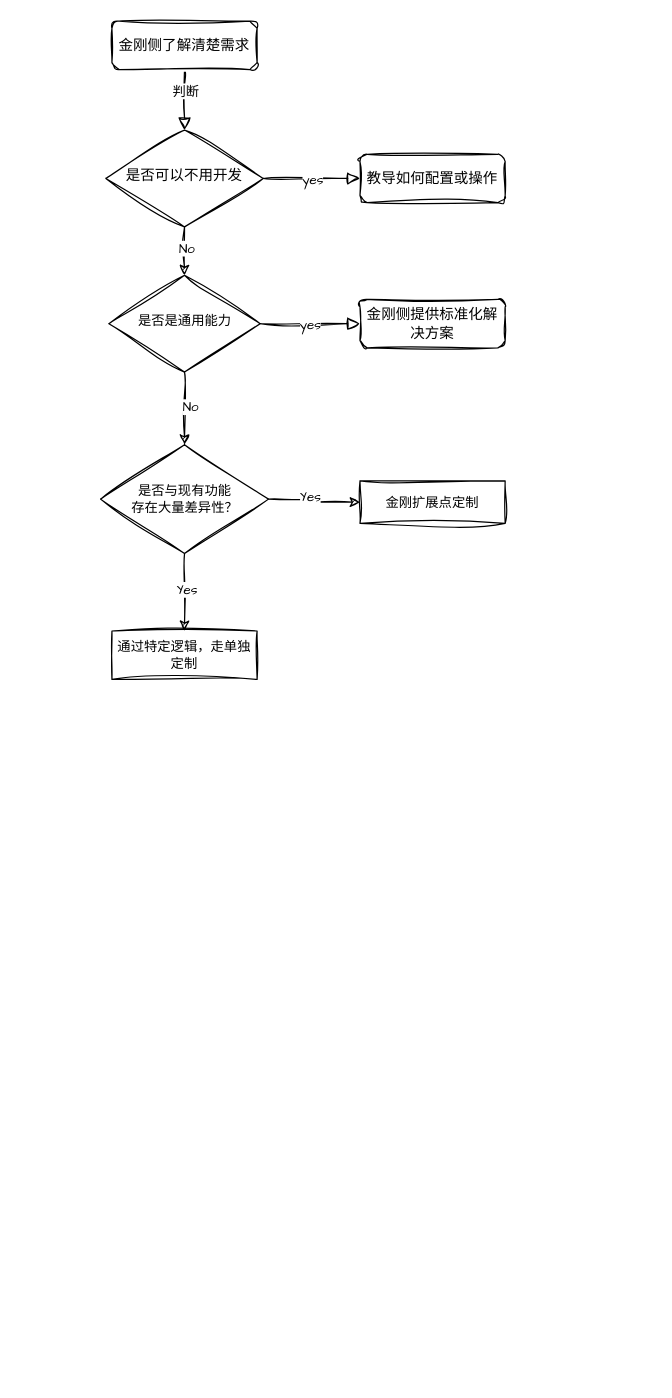
Earlier version of the draw.io diagram 未命名绘图.drawio (cydiacen/markdownImg). Source tidied: cells renumbered, new cells numbered last; positions are measured from the earlier drawing's top-left corner, leaving out a move shared by most shapes. Both pictures are drawn from the tidied source at 121%, with x=0, y=0 at pixel (100, 21).
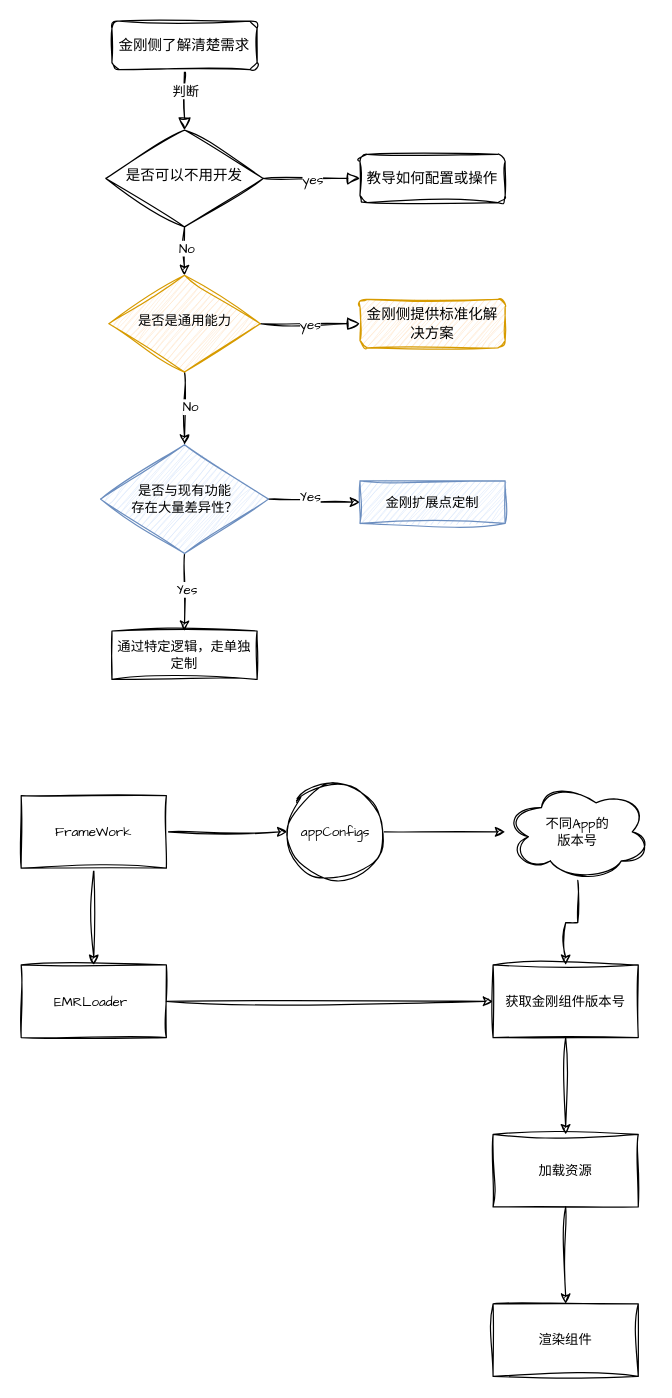
Above is the later version.

Commit message:
更新未命名绘图.drawio

What changed in the source:
```diff
@@
-    <mxCell id="15" value="&lt;font style=&quot;font-size: 11px;&quot;&gt;是否是通用能力&lt;/font&gt;" style="rhombus;whiteSpace=wrap;html=1;shadow=0;fontFamily=Helvetica;fontSize=12;align=center;strokeWidth=1;spacing=6;spacingTop=-4;sketch=1;curveFitting=1;jiggle=2;" parent="1" vertex="1">
+    <mxCell id="15" value="&lt;font style=&quot;font-size: 11px;&quot;&gt;是否是通用能力&lt;/font&gt;" style="rhombus;whiteSpace=wrap;html=1;shadow=0;fontFamily=Helvetica;fontSize=12;align=center;strokeWidth=1;spacing=6;spacingTop=-4;sketch=1;curveFitting=1;jiggle=2;fillColor=#ffe6cc;strokeColor=#d79b00;" parent="1" vertex="1">
       <mxGeometry x="6.5" y="210" width="125" height="80" as="geometry" />
     </mxCell>
-    <mxCell id="16" value="金刚侧提供标准化解决方案" style="rounded=1;whiteSpace=wrap;html=1;fontSize=12;glass=0;strokeWidth=1;shadow=0;sketch=1;curveFitting=1;jiggle=2;" parent="1" vertex="1">
+    <mxCell id="16" value="金刚侧提供标准化解决方案" style="rounded=1;whiteSpace=wrap;html=1;fontSize=12;glass=0;strokeWidth=1;shadow=0;sketch=1;curveFitting=1;jiggle=2;fillColor=#ffe6cc;strokeColor=#d79b00;" parent="1" vertex="1">
       <mxGeometry x="214" y="230" width="120" height="40" as="geometry" />
     </mxCell>
@@
-    <mxCell id="21" value="是否与现有功能&lt;br&gt;存在大量差异性？" style="rhombus;whiteSpace=wrap;html=1;sketch=1;hachureGap=4;jiggle=2;curveFitting=1;fontFamily=Architects Daughter;fontSize=11;" parent="1" vertex="1">
+    <mxCell id="21" value="是否与现有功能&lt;br&gt;存在大量差异性？" style="rhombus;whiteSpace=wrap;html=1;sketch=1;hachureGap=4;jiggle=2;curveFitting=1;fontFamily=Architects Daughter;fontSize=11;fillColor=#dae8fc;strokeColor=#6c8ebf;" parent="1" vertex="1">
       <mxGeometry x="-0.4" y="350" width="138.8" height="90" as="geometry" />
     </mxCell>
-    <mxCell id="22" value="金刚扩展点定制" style="whiteSpace=wrap;html=1;fontSize=11;fontFamily=Architects Daughter;sketch=1;hachureGap=4;jiggle=2;curveFitting=1;" parent="1" vertex="1">
+    <mxCell id="22" value="金刚扩展点定制" style="whiteSpace=wrap;html=1;fontSize=11;fontFamily=Architects Daughter;sketch=1;hachureGap=4;jiggle=2;curveFitting=1;fillColor=#dae8fc;strokeColor=#6c8ebf;" parent="1" vertex="1">
       <mxGeometry x="214" y="380" width="120" height="35" as="geometry" />
     </mxCell>
@@
+    <mxCell id="24" style="edgeStyle=orthogonalEdgeStyle;rounded=0;sketch=1;hachureGap=4;jiggle=2;curveFitting=1;jettySize=auto;html=1;fontFamily=Architects Daughter;fontSize=11;" parent="1" edge="1" source="26" target="28">
+      <mxGeometry relative="1" as="geometry" />
+    </mxCell>
+    <mxCell id="25" style="edgeStyle=orthogonalEdgeStyle;rounded=0;sketch=1;hachureGap=4;jiggle=2;curveFitting=1;jettySize=auto;html=1;fontFamily=Architects Daughter;fontSize=11;" parent="1" edge="1" source="26" target="30">
+      <mxGeometry relative="1" as="geometry" />
+    </mxCell>
+    <mxCell id="26" value="FrameWork" style="rounded=0;whiteSpace=wrap;html=1;sketch=1;hachureGap=4;jiggle=2;curveFitting=1;fontFamily=Architects Daughter;fontSize=11;" parent="1" vertex="1">
+      <mxGeometry x="-66" y="640" width="120" height="60" as="geometry" />
+    </mxCell>
+    <mxCell id="27" style="edgeStyle=orthogonalEdgeStyle;rounded=0;sketch=1;hachureGap=4;jiggle=2;curveFitting=1;jettySize=auto;html=1;fontFamily=Architects Daughter;fontSize=11;" parent="1" edge="1" source="28" target="32">
+      <mxGeometry relative="1" as="geometry" />
+    </mxCell>
+    <mxCell id="28" value="appConfigs" style="ellipse;whiteSpace=wrap;html=1;fontSize=11;fontFamily=Architects Daughter;rounded=0;sketch=1;hachureGap=4;jiggle=2;curveFitting=1;" parent="1" vertex="1">
+      <mxGeometry x="154" y="630" width="80" height="80" as="geometry" />
+    </mxCell>
+    <mxCell id="29" style="edgeStyle=orthogonalEdgeStyle;rounded=0;sketch=1;hachureGap=4;jiggle=2;curveFitting=1;jettySize=auto;html=1;fontFamily=Architects Daughter;fontSize=11;" parent="1" edge="1" source="30" target="34">
+      <mxGeometry relative="1" as="geometry" />
+    </mxCell>
+    <mxCell id="30" value="EMRLoader&amp;nbsp;" style="rounded=0;whiteSpace=wrap;html=1;sketch=1;hachureGap=4;jiggle=2;curveFitting=1;fontFamily=Architects Daughter;fontSize=11;" parent="1" vertex="1">
+      <mxGeometry x="-66" y="780" width="120" height="60" as="geometry" />
+    </mxCell>
+    <mxCell id="31" style="edgeStyle=orthogonalEdgeStyle;rounded=0;sketch=1;hachureGap=4;jiggle=2;curveFitting=1;jettySize=auto;html=1;fontFamily=Architects Daughter;fontSize=11;" parent="1" edge="1" source="32" target="34">
+      <mxGeometry relative="1" as="geometry" />
+    </mxCell>
+    <mxCell id="32" value="不同App的&lt;br&gt;版本号" style="ellipse;shape=cloud;whiteSpace=wrap;html=1;sketch=1;hachureGap=4;jiggle=2;curveFitting=1;fontFamily=Architects Daughter;fontSize=11;" parent="1" vertex="1">
+      <mxGeometry x="334" y="630" width="120" height="80" as="geometry" />
+    </mxCell>
+    <mxCell id="33" style="edgeStyle=orthogonalEdgeStyle;rounded=0;sketch=1;hachureGap=4;jiggle=2;curveFitting=1;jettySize=auto;html=1;fontFamily=Architects Daughter;fontSize=11;" parent="1" edge="1" source="34" target="36">
+      <mxGeometry relative="1" as="geometry" />
+    </mxCell>
+    <mxCell id="34" value="获取金刚组件版本号" style="whiteSpace=wrap;html=1;fontSize=11;fontFamily=Architects Daughter;rounded=0;sketch=1;hachureGap=4;jiggle=2;curveFitting=1;" parent="1" vertex="1">
+      <mxGeometry x="324" y="780" width="120" height="60" as="geometry" />
+    </mxCell>
+    <mxCell id="35" style="edgeStyle=orthogonalEdgeStyle;rounded=0;sketch=1;hachureGap=4;jiggle=2;curveFitting=1;jettySize=auto;html=1;fontFamily=Architects Daughter;fontSize=11;" parent="1" edge="1" source="36" target="37">
+      <mxGeometry relative="1" as="geometry" />
+    </mxCell>
+    <mxCell id="36" value="加载资源" style="whiteSpace=wrap;html=1;fontSize=11;fontFamily=Architects Daughter;rounded=0;sketch=1;hachureGap=4;jiggle=2;curveFitting=1;" parent="1" vertex="1">
+      <mxGeometry x="324" y="920" width="120" height="60" as="geometry" />
+    </mxCell>
+    <mxCell id="37" value="渲染组件" style="whiteSpace=wrap;html=1;fontSize=11;fontFamily=Architects Daughter;rounded=0;sketch=1;hachureGap=4;jiggle=2;curveFitting=1;" parent="1" vertex="1">
+      <mxGeometry x="324" y="1060" width="120" height="60" as="geometry" />
+    </mxCell>
```
